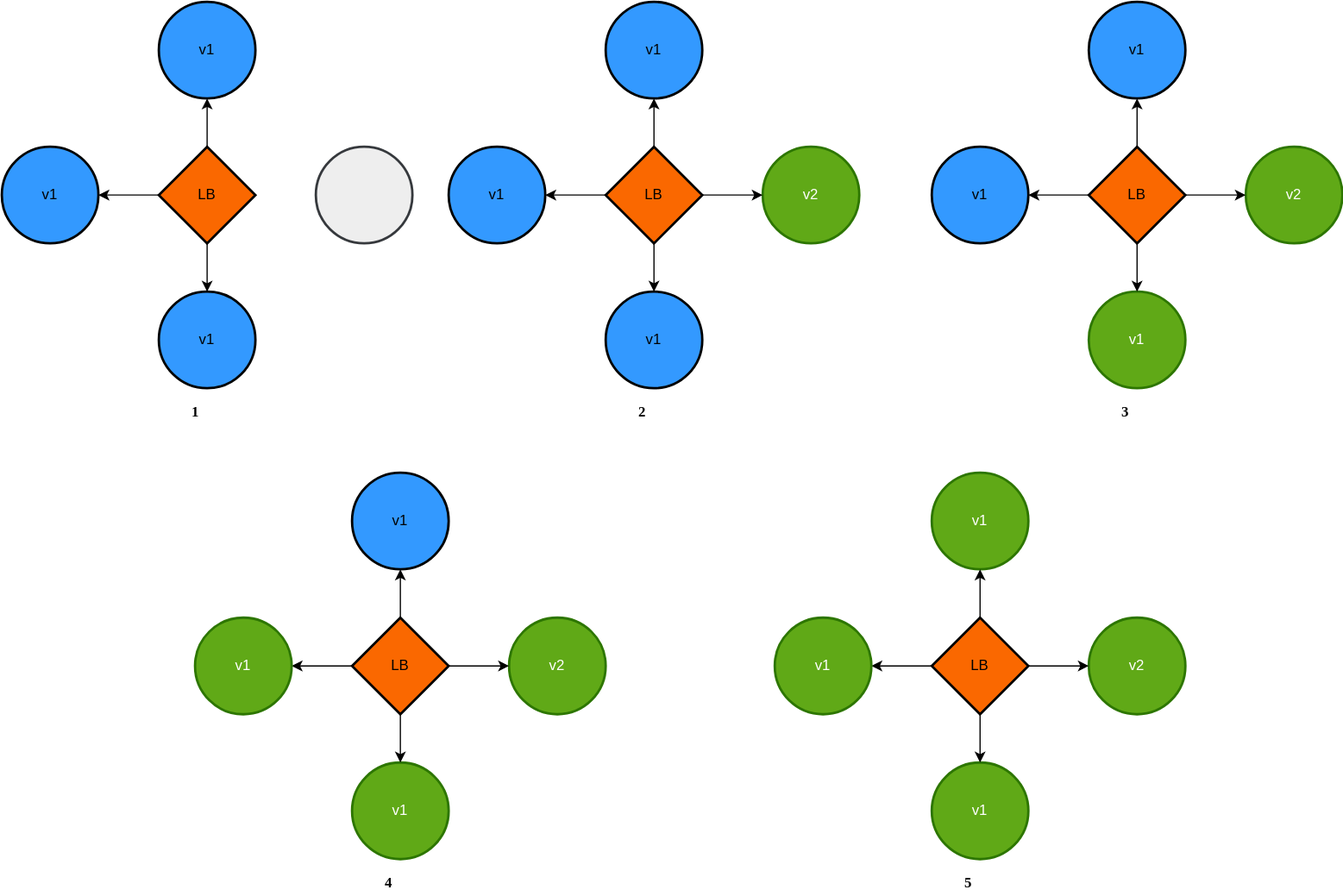
This is assets/Ramped-slow rollout.svg from aditya109/journey-CKA, a draw.io export, as it was before one commit. Source tidied: cells renumbered, new cells last; positions are measured from the earlier drawing's top-left corner, leaving out a move shared by most shapes. The source it was exported from:
```xml
<mxGraphModel>
  <root>
    <mxCell id="0" />
    <mxCell id="1" parent="0" />
    <mxCell id="2" value="v1" style="ellipse;whiteSpace=wrap;html=1;strokeWidth=2;fillColor=#3399FF;" parent="1" vertex="1">
      <mxGeometry x="130" width="80" height="80" as="geometry" />
    </mxCell>
    <mxCell id="3" style="ellipse;whiteSpace=wrap;html=1;strokeWidth=2;fillColor=#eeeeee;strokeColor=#36393d;" parent="1" vertex="1">
      <mxGeometry x="260" y="120" width="80" height="80" as="geometry" />
    </mxCell>
    <mxCell id="4" value="v1" style="ellipse;whiteSpace=wrap;html=1;strokeWidth=2;fillColor=#3399FF;" parent="1" vertex="1">
      <mxGeometry y="120" width="80" height="80" as="geometry" />
    </mxCell>
    <mxCell id="5" value="v1" style="ellipse;whiteSpace=wrap;html=1;strokeWidth=2;fillColor=#3399FF;" parent="1" vertex="1">
      <mxGeometry x="130" y="240" width="80" height="80" as="geometry" />
    </mxCell>
    <mxCell id="6" style="edgeStyle=orthogonalEdgeStyle;rounded=0;jettySize=auto;html=1;entryX=0.5;entryY=1;entryDx=0;entryDy=0;" parent="1" edge="1" source="9" target="2">
      <mxGeometry relative="1" as="geometry" />
    </mxCell>
    <mxCell id="7" style="edgeStyle=orthogonalEdgeStyle;rounded=0;jettySize=auto;html=1;entryX=1;entryY=0.5;entryDx=0;entryDy=0;" parent="1" edge="1" source="9" target="4">
      <mxGeometry relative="1" as="geometry" />
    </mxCell>
    <mxCell id="8" style="edgeStyle=orthogonalEdgeStyle;rounded=0;jettySize=auto;html=1;entryX=0.5;entryY=0;entryDx=0;entryDy=0;" parent="1" edge="1" source="9" target="5">
      <mxGeometry relative="1" as="geometry" />
    </mxCell>
    <mxCell id="9" value="LB" style="rhombus;whiteSpace=wrap;html=1;strokeWidth=2;fillColor=#fa6800;fontColor=#000000;" parent="1" vertex="1">
      <mxGeometry x="130" y="120" width="80" height="80" as="geometry" />
    </mxCell>
    <mxCell id="10" value="1" style="text;html=1;align=center;verticalAlign=middle;strokeColor=none;fontFamily=Tahoma;fontStyle=1;" parent="1" vertex="1">
      <mxGeometry x="150" y="330" width="20" height="20" as="geometry" />
    </mxCell>
    <mxCell id="11" value="v1" style="ellipse;whiteSpace=wrap;html=1;strokeWidth=2;fillColor=#3399FF;" parent="1" vertex="1">
      <mxGeometry x="500" width="80" height="80" as="geometry" />
    </mxCell>
    <mxCell id="12" value="v2" style="ellipse;whiteSpace=wrap;html=1;strokeWidth=2;fillColor=#60a917;strokeColor=#2D7600;fontColor=#ffffff;" parent="1" vertex="1">
      <mxGeometry x="630" y="120" width="80" height="80" as="geometry" />
    </mxCell>
    <mxCell id="13" value="v1" style="ellipse;whiteSpace=wrap;html=1;strokeWidth=2;fillColor=#3399FF;" parent="1" vertex="1">
      <mxGeometry x="500" y="240" width="80" height="80" as="geometry" />
    </mxCell>
    <mxCell id="14" style="edgeStyle=orthogonalEdgeStyle;rounded=0;jettySize=auto;html=1;entryX=0.5;entryY=1;entryDx=0;entryDy=0;" parent="1" edge="1" source="18" target="11">
      <mxGeometry relative="1" as="geometry" />
    </mxCell>
    <mxCell id="15" style="edgeStyle=orthogonalEdgeStyle;rounded=0;jettySize=auto;html=1;entryX=1;entryY=0.5;entryDx=0;entryDy=0;" parent="1" edge="1" source="18">
      <mxGeometry relative="1" as="geometry">
        <mxPoint x="450" y="160" as="targetPoint" />
      </mxGeometry>
    </mxCell>
    <mxCell id="16" style="edgeStyle=orthogonalEdgeStyle;rounded=0;jettySize=auto;html=1;entryX=0.5;entryY=0;entryDx=0;entryDy=0;" parent="1" edge="1" source="18" target="13">
      <mxGeometry relative="1" as="geometry" />
    </mxCell>
    <mxCell id="17" style="edgeStyle=orthogonalEdgeStyle;rounded=0;jettySize=auto;html=1;entryX=0;entryY=0.5;entryDx=0;entryDy=0;" parent="1" edge="1" source="18" target="12">
      <mxGeometry relative="1" as="geometry" />
    </mxCell>
    <mxCell id="18" value="LB" style="rhombus;whiteSpace=wrap;html=1;strokeWidth=2;fillColor=#fa6800;fontColor=#000000;" parent="1" vertex="1">
      <mxGeometry x="500" y="120" width="80" height="80" as="geometry" />
    </mxCell>
    <mxCell id="19" value="2" style="text;html=1;align=center;verticalAlign=middle;strokeColor=none;fontFamily=Tahoma;fontStyle=1;" parent="1" vertex="1">
      <mxGeometry x="520" y="330" width="20" height="20" as="geometry" />
    </mxCell>
    <mxCell id="20" value="v1" style="ellipse;whiteSpace=wrap;html=1;strokeWidth=2;fillColor=#3399FF;" parent="1" vertex="1">
      <mxGeometry x="900" width="80" height="80" as="geometry" />
    </mxCell>
    <mxCell id="21" value="v2" style="ellipse;whiteSpace=wrap;html=1;strokeWidth=2;fillColor=#60a917;strokeColor=#2D7600;fontColor=#ffffff;" parent="1" vertex="1">
      <mxGeometry x="1030" y="120" width="80" height="80" as="geometry" />
    </mxCell>
    <mxCell id="22" value="v1" style="ellipse;whiteSpace=wrap;html=1;strokeWidth=2;fillColor=#60a917;strokeColor=#2D7600;fontColor=#ffffff;" parent="1" vertex="1">
      <mxGeometry x="900" y="240" width="80" height="80" as="geometry" />
    </mxCell>
    <mxCell id="23" style="edgeStyle=orthogonalEdgeStyle;rounded=0;jettySize=auto;html=1;entryX=0.5;entryY=1;entryDx=0;entryDy=0;" parent="1" edge="1" source="27" target="20">
      <mxGeometry relative="1" as="geometry" />
    </mxCell>
    <mxCell id="24" style="edgeStyle=orthogonalEdgeStyle;rounded=0;jettySize=auto;html=1;entryX=1;entryY=0.5;entryDx=0;entryDy=0;" parent="1" edge="1" source="27">
      <mxGeometry relative="1" as="geometry">
        <mxPoint x="850" y="160" as="targetPoint" />
      </mxGeometry>
    </mxCell>
    <mxCell id="25" style="edgeStyle=orthogonalEdgeStyle;rounded=0;jettySize=auto;html=1;entryX=0.5;entryY=0;entryDx=0;entryDy=0;" parent="1" edge="1" source="27" target="22">
      <mxGeometry relative="1" as="geometry" />
    </mxCell>
    <mxCell id="26" style="edgeStyle=orthogonalEdgeStyle;rounded=0;jettySize=auto;html=1;entryX=0;entryY=0.5;entryDx=0;entryDy=0;" parent="1" edge="1" source="27" target="21">
      <mxGeometry relative="1" as="geometry" />
    </mxCell>
    <mxCell id="27" value="LB" style="rhombus;whiteSpace=wrap;html=1;strokeWidth=2;fillColor=#fa6800;fontColor=#000000;" parent="1" vertex="1">
      <mxGeometry x="900" y="120" width="80" height="80" as="geometry" />
    </mxCell>
    <mxCell id="28" value="3" style="text;html=1;align=center;verticalAlign=middle;strokeColor=none;fontFamily=Tahoma;fontStyle=1;" parent="1" vertex="1">
      <mxGeometry x="920" y="330" width="20" height="20" as="geometry" />
    </mxCell>
    <mxCell id="29" value="v1" style="ellipse;whiteSpace=wrap;html=1;strokeWidth=2;fillColor=#3399FF;" parent="1" vertex="1">
      <mxGeometry x="290" y="390" width="80" height="80" as="geometry" />
    </mxCell>
    <mxCell id="30" value="v2" style="ellipse;whiteSpace=wrap;html=1;strokeWidth=2;fillColor=#60a917;strokeColor=#2D7600;fontColor=#ffffff;" parent="1" vertex="1">
      <mxGeometry x="420" y="510" width="80" height="80" as="geometry" />
    </mxCell>
    <mxCell id="31" value="v1" style="ellipse;whiteSpace=wrap;html=1;strokeWidth=2;fillColor=#60a917;strokeColor=#2D7600;fontColor=#ffffff;" parent="1" vertex="1">
      <mxGeometry x="290" y="630" width="80" height="80" as="geometry" />
    </mxCell>
    <mxCell id="32" style="edgeStyle=orthogonalEdgeStyle;rounded=0;jettySize=auto;html=1;entryX=0.5;entryY=1;entryDx=0;entryDy=0;" parent="1" edge="1" source="36" target="29">
      <mxGeometry relative="1" as="geometry" />
    </mxCell>
    <mxCell id="33" style="edgeStyle=orthogonalEdgeStyle;rounded=0;jettySize=auto;html=1;entryX=1;entryY=0.5;entryDx=0;entryDy=0;" parent="1" edge="1" source="36">
      <mxGeometry relative="1" as="geometry">
        <mxPoint x="240" y="550" as="targetPoint" />
      </mxGeometry>
    </mxCell>
    <mxCell id="34" style="edgeStyle=orthogonalEdgeStyle;rounded=0;jettySize=auto;html=1;entryX=0.5;entryY=0;entryDx=0;entryDy=0;" parent="1" edge="1" source="36" target="31">
      <mxGeometry relative="1" as="geometry" />
    </mxCell>
    <mxCell id="35" style="edgeStyle=orthogonalEdgeStyle;rounded=0;jettySize=auto;html=1;entryX=0;entryY=0.5;entryDx=0;entryDy=0;" parent="1" edge="1" source="36" target="30">
      <mxGeometry relative="1" as="geometry" />
    </mxCell>
    <mxCell id="36" value="LB" style="rhombus;whiteSpace=wrap;html=1;strokeWidth=2;fillColor=#fa6800;fontColor=#000000;" parent="1" vertex="1">
      <mxGeometry x="290" y="510" width="80" height="80" as="geometry" />
    </mxCell>
    <mxCell id="37" value="4" style="text;html=1;align=center;verticalAlign=middle;strokeColor=none;fontFamily=Tahoma;fontStyle=1;" parent="1" vertex="1">
      <mxGeometry x="310" y="720" width="20" height="20" as="geometry" />
    </mxCell>
    <mxCell id="38" value="v1" style="ellipse;whiteSpace=wrap;html=1;strokeWidth=2;fillColor=#60a917;strokeColor=#2D7600;fontColor=#ffffff;" parent="1" vertex="1">
      <mxGeometry x="770" y="390" width="80" height="80" as="geometry" />
    </mxCell>
    <mxCell id="39" value="v2" style="ellipse;whiteSpace=wrap;html=1;strokeWidth=2;fillColor=#60a917;strokeColor=#2D7600;fontColor=#ffffff;" parent="1" vertex="1">
      <mxGeometry x="900" y="510" width="80" height="80" as="geometry" />
    </mxCell>
    <mxCell id="40" value="v1" style="ellipse;whiteSpace=wrap;html=1;strokeWidth=2;fillColor=#60a917;strokeColor=#2D7600;fontColor=#ffffff;" parent="1" vertex="1">
      <mxGeometry x="770" y="630" width="80" height="80" as="geometry" />
    </mxCell>
    <mxCell id="41" style="edgeStyle=orthogonalEdgeStyle;rounded=0;jettySize=auto;html=1;entryX=0.5;entryY=1;entryDx=0;entryDy=0;" parent="1" edge="1" source="45" target="38">
      <mxGeometry relative="1" as="geometry" />
    </mxCell>
    <mxCell id="42" style="edgeStyle=orthogonalEdgeStyle;rounded=0;jettySize=auto;html=1;entryX=1;entryY=0.5;entryDx=0;entryDy=0;" parent="1" edge="1" source="45">
      <mxGeometry relative="1" as="geometry">
        <mxPoint x="720" y="550" as="targetPoint" />
      </mxGeometry>
    </mxCell>
    <mxCell id="43" style="edgeStyle=orthogonalEdgeStyle;rounded=0;jettySize=auto;html=1;entryX=0.5;entryY=0;entryDx=0;entryDy=0;" parent="1" edge="1" source="45" target="40">
      <mxGeometry relative="1" as="geometry" />
    </mxCell>
    <mxCell id="44" style="edgeStyle=orthogonalEdgeStyle;rounded=0;jettySize=auto;html=1;entryX=0;entryY=0.5;entryDx=0;entryDy=0;" parent="1" edge="1" source="45" target="39">
      <mxGeometry relative="1" as="geometry" />
    </mxCell>
    <mxCell id="45" value="LB" style="rhombus;whiteSpace=wrap;html=1;strokeWidth=2;fillColor=#fa6800;fontColor=#000000;" parent="1" vertex="1">
      <mxGeometry x="770" y="510" width="80" height="80" as="geometry" />
    </mxCell>
    <mxCell id="46" value="5" style="text;html=1;align=center;verticalAlign=middle;strokeColor=none;fontFamily=Tahoma;fontStyle=1;" parent="1" vertex="1">
      <mxGeometry x="790" y="720" width="20" height="20" as="geometry" />
    </mxCell>
    <mxCell id="47" value="v1" style="ellipse;whiteSpace=wrap;html=1;strokeWidth=2;fillColor=#3399FF;" parent="1" vertex="1">
      <mxGeometry x="370" y="120" width="80" height="80" as="geometry" />
    </mxCell>
    <mxCell id="48" value="v1" style="ellipse;whiteSpace=wrap;html=1;strokeWidth=2;fillColor=#60a917;strokeColor=#2D7600;fontColor=#ffffff;" parent="1" vertex="1">
      <mxGeometry x="160" y="510" width="80" height="80" as="geometry" />
    </mxCell>
    <mxCell id="49" value="v1" style="ellipse;whiteSpace=wrap;html=1;strokeWidth=2;fillColor=#3399FF;" parent="1" vertex="1">
      <mxGeometry x="770" y="120" width="80" height="80" as="geometry" />
    </mxCell>
    <mxCell id="50" value="v1" style="ellipse;whiteSpace=wrap;html=1;strokeWidth=2;fillColor=#60a917;strokeColor=#2D7600;fontColor=#ffffff;" parent="1" vertex="1">
      <mxGeometry x="640" y="510" width="80" height="80" as="geometry" />
    </mxCell>
  </root>
</mxGraphModel>
```
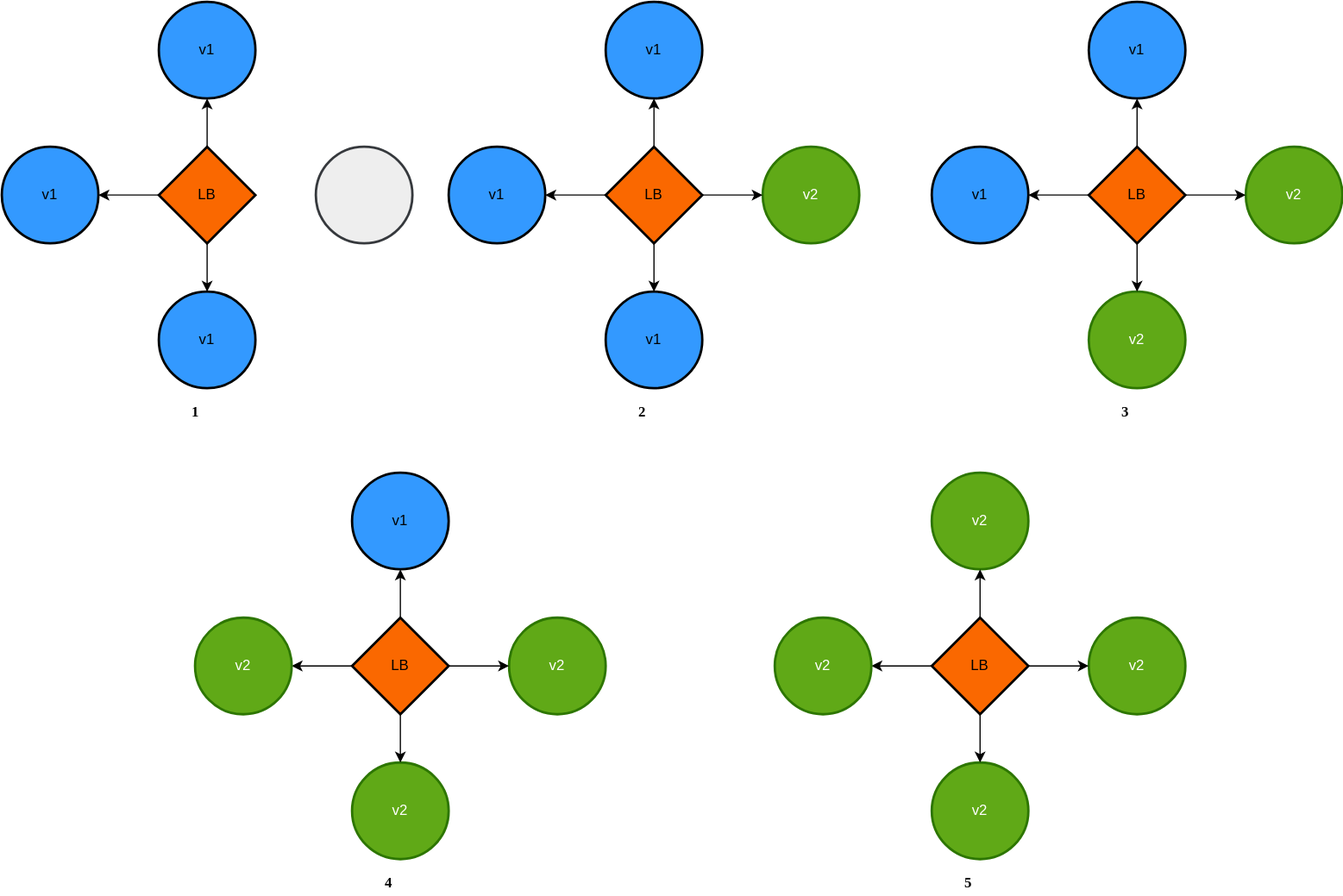
After the change.

Diff of the diagram source:
```diff
@@ -64,7 +64,7 @@
     <mxCell id="21" value="v2" style="ellipse;whiteSpace=wrap;html=1;strokeWidth=2;fillColor=#60a917;strokeColor=#2D7600;fontColor=#ffffff;" parent="1" vertex="1">
       <mxGeometry x="1030" y="120" width="80" height="80" as="geometry" />
     </mxCell>
-    <mxCell id="22" value="v1" style="ellipse;whiteSpace=wrap;html=1;strokeWidth=2;fillColor=#60a917;strokeColor=#2D7600;fontColor=#ffffff;" parent="1" vertex="1">
+    <mxCell id="22" value="v2" style="ellipse;whiteSpace=wrap;html=1;strokeWidth=2;fillColor=#60a917;strokeColor=#2D7600;fontColor=#ffffff;" parent="1" vertex="1">
       <mxGeometry x="900" y="240" width="80" height="80" as="geometry" />
     </mxCell>
     <mxCell id="23" style="edgeStyle=orthogonalEdgeStyle;rounded=0;jettySize=auto;html=1;entryX=0.5;entryY=1;entryDx=0;entryDy=0;" parent="1" edge="1" source="27" target="20">
@@ -93,7 +93,7 @@
     <mxCell id="30" value="v2" style="ellipse;whiteSpace=wrap;html=1;strokeWidth=2;fillColor=#60a917;strokeColor=#2D7600;fontColor=#ffffff;" parent="1" vertex="1">
       <mxGeometry x="420" y="510" width="80" height="80" as="geometry" />
     </mxCell>
-    <mxCell id="31" value="v1" style="ellipse;whiteSpace=wrap;html=1;strokeWidth=2;fillColor=#60a917;strokeColor=#2D7600;fontColor=#ffffff;" parent="1" vertex="1">
+    <mxCell id="31" value="&lt;span&gt;v2&lt;/span&gt;" style="ellipse;whiteSpace=wrap;html=1;strokeWidth=2;fillColor=#60a917;strokeColor=#2D7600;fontColor=#ffffff;" parent="1" vertex="1">
       <mxGeometry x="290" y="630" width="80" height="80" as="geometry" />
     </mxCell>
     <mxCell id="32" style="edgeStyle=orthogonalEdgeStyle;rounded=0;jettySize=auto;html=1;entryX=0.5;entryY=1;entryDx=0;entryDy=0;" parent="1" edge="1" source="36" target="29">
@@ -116,13 +116,13 @@
     <mxCell id="37" value="4" style="text;html=1;align=center;verticalAlign=middle;strokeColor=none;fontFamily=Tahoma;fontStyle=1;" parent="1" vertex="1">
       <mxGeometry x="310" y="720" width="20" height="20" as="geometry" />
     </mxCell>
-    <mxCell id="38" value="v1" style="ellipse;whiteSpace=wrap;html=1;strokeWidth=2;fillColor=#60a917;strokeColor=#2D7600;fontColor=#ffffff;" parent="1" vertex="1">
+    <mxCell id="38" value="v2" style="ellipse;whiteSpace=wrap;html=1;strokeWidth=2;fillColor=#60a917;strokeColor=#2D7600;fontColor=#ffffff;" parent="1" vertex="1">
       <mxGeometry x="770" y="390" width="80" height="80" as="geometry" />
     </mxCell>
     <mxCell id="39" value="v2" style="ellipse;whiteSpace=wrap;html=1;strokeWidth=2;fillColor=#60a917;strokeColor=#2D7600;fontColor=#ffffff;" parent="1" vertex="1">
       <mxGeometry x="900" y="510" width="80" height="80" as="geometry" />
     </mxCell>
-    <mxCell id="40" value="v1" style="ellipse;whiteSpace=wrap;html=1;strokeWidth=2;fillColor=#60a917;strokeColor=#2D7600;fontColor=#ffffff;" parent="1" vertex="1">
+    <mxCell id="40" value="v2" style="ellipse;whiteSpace=wrap;html=1;strokeWidth=2;fillColor=#60a917;strokeColor=#2D7600;fontColor=#ffffff;" parent="1" vertex="1">
       <mxGeometry x="770" y="630" width="80" height="80" as="geometry" />
     </mxCell>
     <mxCell id="41" style="edgeStyle=orthogonalEdgeStyle;rounded=0;jettySize=auto;html=1;entryX=0.5;entryY=1;entryDx=0;entryDy=0;" parent="1" edge="1" source="45" target="38">
@@ -148,13 +148,13 @@
     <mxCell id="47" value="v1" style="ellipse;whiteSpace=wrap;html=1;strokeWidth=2;fillColor=#3399FF;" parent="1" vertex="1">
       <mxGeometry x="370" y="120" width="80" height="80" as="geometry" />
     </mxCell>
-    <mxCell id="48" value="v1" style="ellipse;whiteSpace=wrap;html=1;strokeWidth=2;fillColor=#60a917;strokeColor=#2D7600;fontColor=#ffffff;" parent="1" vertex="1">
+    <mxCell id="48" value="&lt;span&gt;v2&lt;/span&gt;" style="ellipse;whiteSpace=wrap;html=1;strokeWidth=2;fillColor=#60a917;strokeColor=#2D7600;fontColor=#ffffff;" parent="1" vertex="1">
       <mxGeometry x="160" y="510" width="80" height="80" as="geometry" />
     </mxCell>
     <mxCell id="49" value="v1" style="ellipse;whiteSpace=wrap;html=1;strokeWidth=2;fillColor=#3399FF;" parent="1" vertex="1">
       <mxGeometry x="770" y="120" width="80" height="80" as="geometry" />
     </mxCell>
-    <mxCell id="50" value="v1" style="ellipse;whiteSpace=wrap;html=1;strokeWidth=2;fillColor=#60a917;strokeColor=#2D7600;fontColor=#ffffff;" parent="1" vertex="1">
+    <mxCell id="50" value="v2" style="ellipse;whiteSpace=wrap;html=1;strokeWidth=2;fillColor=#60a917;strokeColor=#2D7600;fontColor=#ffffff;" parent="1" vertex="1">
       <mxGeometry x="640" y="510" width="80" height="80" as="geometry" />
     </mxCell>
   </root>
```
